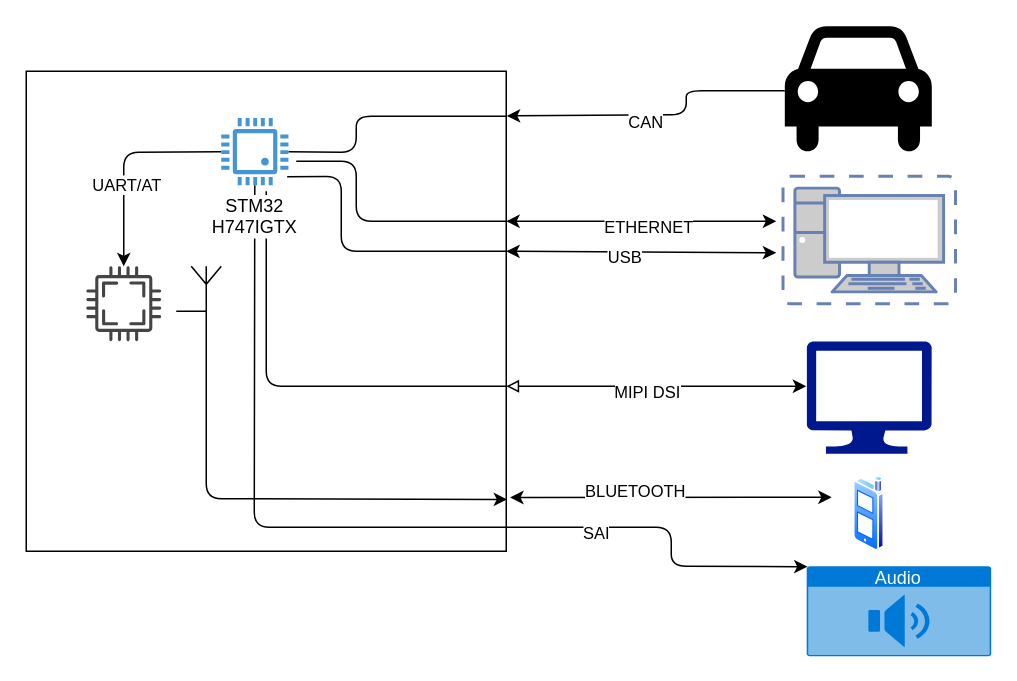
Before: schemat_ideowy.drawio in kwojcik22/MINIHAT, a draw.io diagram. Source tidied: cells renumbered, new cells numbered last; positions are measured from the earlier drawing's top-left corner, leaving out a move shared by most shapes. Both pictures are drawn from the tidied source at 150%, with x=0, y=0 at pixel (26, 26).
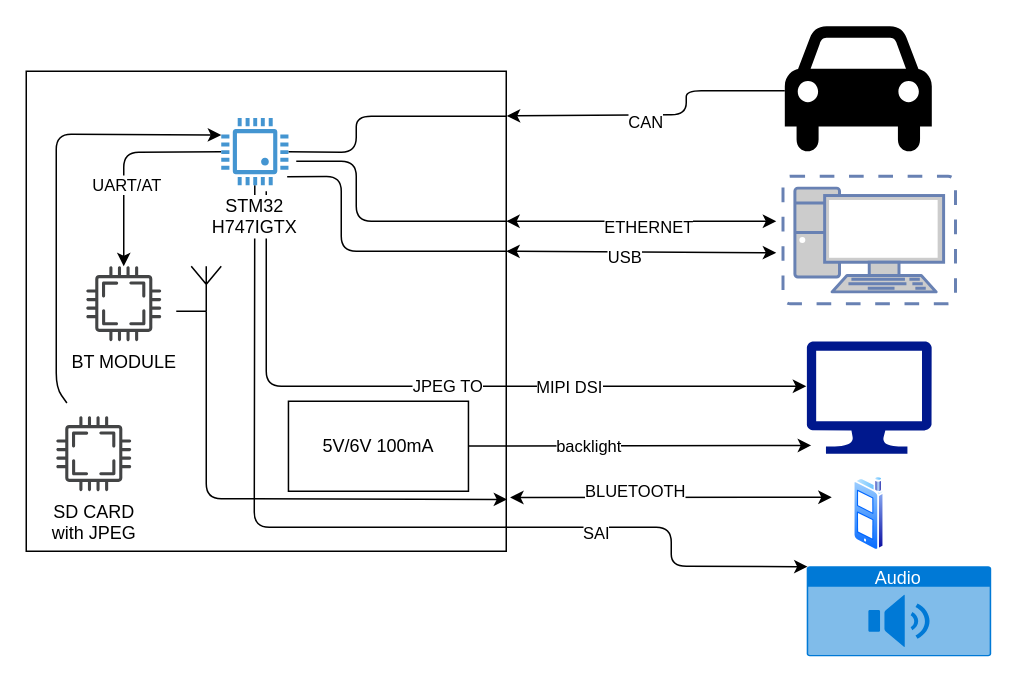
The same diagram, later.

Commit message (it also covers changes not shown here):
found one ex. display, added jpeg translator for sdcard pics reading

Unchanged cells that the change refers to:
```xml
<mxCell id="4" style="sketch=0;shadow=0;dashed=0;html=1;strokeColor=none;labelPosition=center;verticalLabelPosition=bottom;verticalAlign=top;align=center;fillColor=#00188D;shape=mxgraph.azure.computer;" parent="1" vertex="1">
  <mxGeometry x="520.3" y="210" width="83.3" height="75" as="geometry" />
</mxCell>
<mxCell id="24" style="edgeStyle=none;html=1;endArrow=none;endFill=0;" parent="1" edge="1">
  <mxGeometry relative="1" as="geometry">
    <mxPoint x="160" y="110" as="sourcePoint" />
    <mxPoint x="320" y="240" as="targetPoint" />
    <Array as="points">
      <mxPoint x="160" y="240" />
    </Array>
  </mxGeometry>
</mxCell>
```

Diff of the diagram source:
```diff
@@
-    <mxCell id="15" style="edgeStyle=none;html=1;startArrow=block;startFill=0;" parent="1" edge="1">
+    <mxCell id="15" style="edgeStyle=none;html=1;startArrow=none;startFill=0;" parent="1" edge="1">
       <mxGeometry relative="1" as="geometry">
         <mxPoint x="320" y="240" as="sourcePoint" />
         <mxPoint x="520" y="240" as="targetPoint" />
       </mxGeometry>
     </mxCell>
     <mxCell id="16" value="MIPI DSI" style="edgeLabel;html=1;align=center;verticalAlign=middle;" parent="15" vertex="1">
-      <mxGeometry x="-0.07" y="-3" relative="1" as="geometry" />
+      <mxGeometry x="-0.07" y="-3" relative="1" as="geometry">
+        <mxPoint x="-52" y="-3" as="offset" />
+      </mxGeometry>
     </mxCell>
@@
+    <mxCell id="32" value="JPEG TO" style="edgeLabel;html=1;align=center;verticalAlign=middle;" parent="24" vertex="1">
+      <mxGeometry x="0.38" y="1" relative="1" as="geometry">
+        <mxPoint x="50" as="offset" />
+      </mxGeometry>
+    </mxCell>
-    <mxCell id="25" style="sketch=0;shadow=0;dashed=0;html=1;strokeColor=none;fillColor=#434445;labelPosition=center;verticalLabelPosition=bottom;verticalAlign=top;align=center;outlineConnect=0;shape=mxgraph.vvd.cpu;" parent="1" vertex="1">
+    <mxCell id="25" value="BT MODULE" style="sketch=0;shadow=0;dashed=0;html=1;strokeColor=none;fillColor=#434445;labelPosition=center;verticalLabelPosition=bottom;verticalAlign=top;align=center;outlineConnect=0;shape=mxgraph.vvd.cpu;" parent="1" vertex="1">
       <mxGeometry x="40" y="160" width="50" height="50" as="geometry" />
     </mxCell>
@@
+    <mxCell id="33" style="edgeStyle=none;html=1;" parent="1" edge="1">
+      <mxGeometry relative="1" as="geometry">
+        <mxPoint x="27.1" y="251.2" as="sourcePoint" />
+        <mxPoint x="130" y="72.5" as="targetPoint" />
+        <Array as="points">
+          <mxPoint x="20" y="241.2" />
+          <mxPoint x="20" y="72" />
+        </Array>
+      </mxGeometry>
+    </mxCell>
+    <mxCell id="34" value="SD CARD&lt;div&gt;with JPEG&lt;/div&gt;" style="sketch=0;shadow=0;dashed=0;html=1;strokeColor=none;fillColor=#434445;labelPosition=center;verticalLabelPosition=bottom;verticalAlign=top;align=center;shape=mxgraph.vvd.cpu;" parent="1" vertex="1">
+      <mxGeometry x="20" y="260" width="50" height="50" as="geometry" />
+    </mxCell>
+    <mxCell id="35" value="5V/6V 100mA" style="whiteSpace=wrap;html=1;" parent="1" vertex="1">
+      <mxGeometry x="174.8" y="250" width="120" height="60" as="geometry" />
+    </mxCell>
+    <mxCell id="36" style="edgeStyle=none;html=1;entryX=0.036;entryY=0.926;entryDx=0;entryDy=0;entryPerimeter=0;" parent="1" edge="1" source="35" target="4">
+      <mxGeometry relative="1" as="geometry" />
+    </mxCell>
+    <mxCell id="37" value="backlight" style="edgeLabel;html=1;align=center;verticalAlign=middle;" parent="36" vertex="1">
+      <mxGeometry x="-0.3" relative="1" as="geometry" />
+    </mxCell>
```
